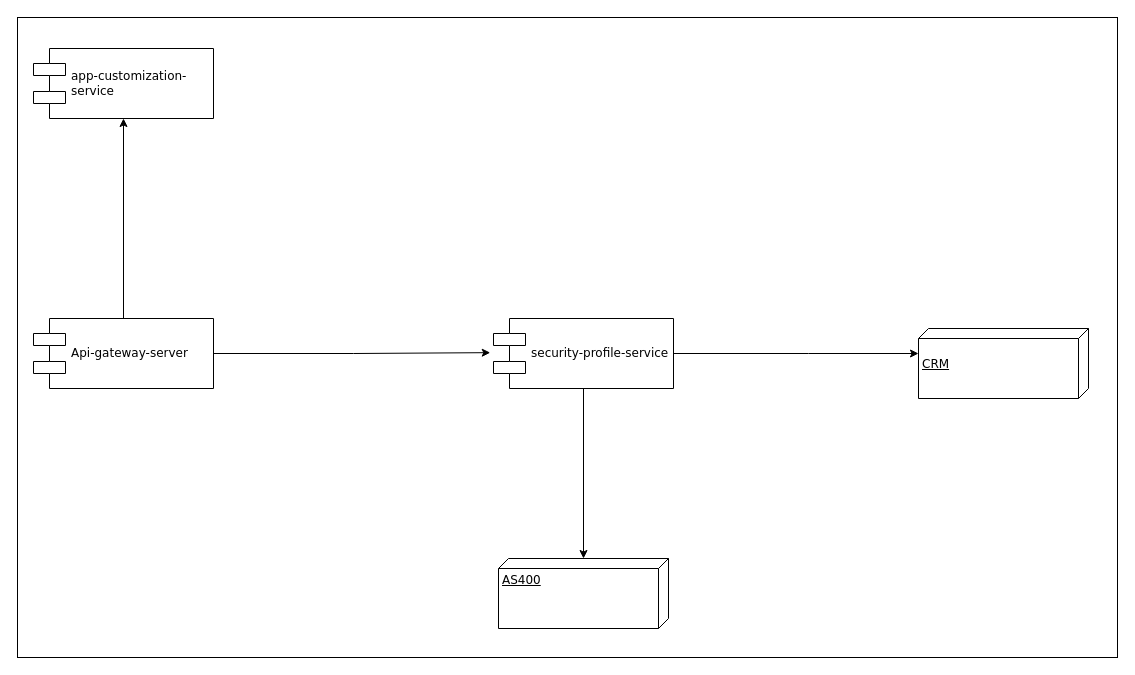
The draw.io diagram Untitled Diagram.drawio in StevenGpByte/ActualizacionDatos, before the edit. Source tidied: cells renumbered, new cells numbered last; positions are measured from the earlier drawing's top-left corner, leaving out a move shared by most shapes. Both pictures are drawn from the tidied source at 100%, with x=0, y=0 at pixel (17, 17).
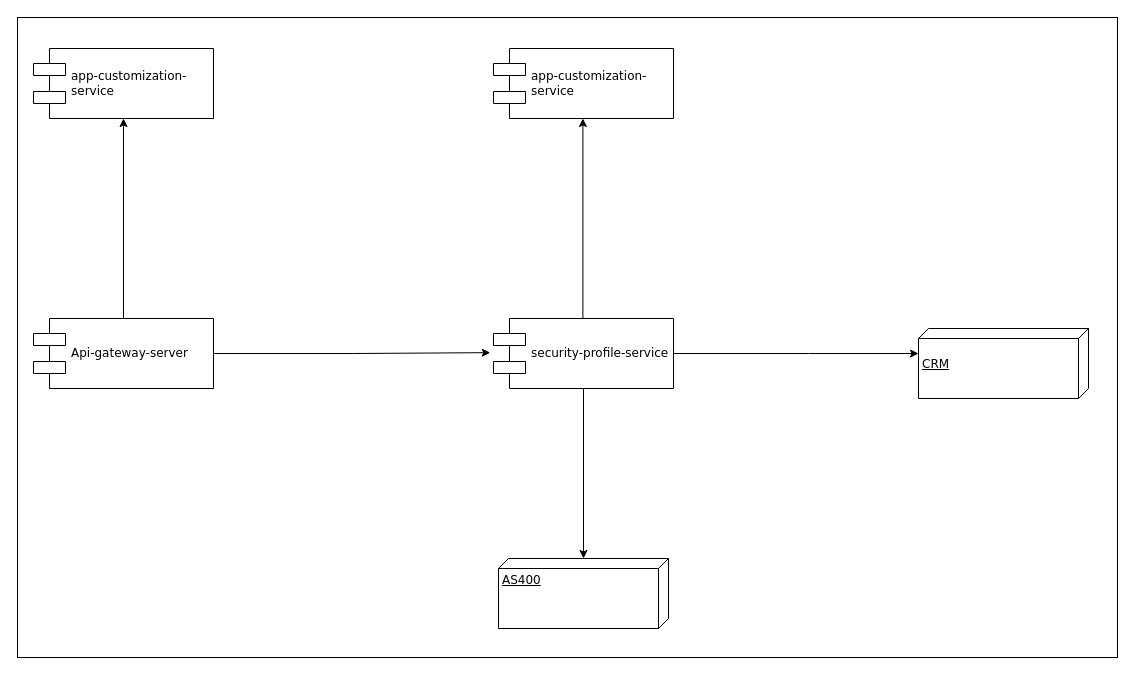
Above is the later version.

Diff of the diagram source:
```diff
@@
 <mxGraphModel>
   <root>
     <mxCell id="0" />
     <mxCell id="1" parent="0" />
     <mxCell id="2" style="rounded=0;whiteSpace=wrap;html=1;" parent="1" vertex="1">
       <mxGeometry width="1100" height="640" as="geometry" />
     </mxCell>
     <mxCell id="3" style="edgeStyle=orthogonalEdgeStyle;rounded=0;jettySize=auto;html=1;" parent="1" edge="1" source="4" target="10">
       <mxGeometry relative="1" as="geometry" />
     </mxCell>
     <mxCell id="4" value="Api-gateway-server" style="shape=component;align=left;spacingLeft=36;rounded=0;shadow=0;comic=0;labelBackgroundColor=none;strokeWidth=1;fontFamily=Verdana;fontSize=12;html=1;" parent="1" vertex="1">
       <mxGeometry x="16" y="301" width="180" height="70" as="geometry" />
     </mxCell>
     <mxCell id="5" style="edgeStyle=orthogonalEdgeStyle;rounded=0;jettySize=auto;html=1;" parent="1" edge="1" source="7" target="11">
       <mxGeometry relative="1" as="geometry">
         <Array as="points">
           <mxPoint x="791" y="336" />
           <mxPoint x="791" y="336" />
         </Array>
       </mxGeometry>
     </mxCell>
     <mxCell id="6" style="edgeStyle=orthogonalEdgeStyle;rounded=0;jettySize=auto;html=1;" parent="1" edge="1" source="7" target="9">
       <mxGeometry relative="1" as="geometry" />
     </mxCell>
     <mxCell id="7" value="security-profile-service" style="shape=component;align=left;spacingLeft=36;rounded=0;shadow=0;comic=0;labelBackgroundColor=none;strokeWidth=1;fontFamily=Verdana;fontSize=12;html=1;" parent="1" vertex="1">
       <mxGeometry x="476" y="301" width="180" height="70" as="geometry" />
     </mxCell>
     <mxCell id="8" style="edgeStyle=orthogonalEdgeStyle;rounded=0;jettySize=auto;html=1;entryX=-0.018;entryY=0.488;entryDx=0;entryDy=0;entryPerimeter=0;" parent="1" edge="1" source="4" target="7">
       <mxGeometry relative="1" as="geometry" />
     </mxCell>
     <mxCell id="9" value="AS400" style="verticalAlign=top;align=left;spacingTop=8;spacingLeft=2;spacingRight=12;shape=cube;size=10;direction=south;fontStyle=4;html=1;rounded=0;shadow=0;comic=0;labelBackgroundColor=none;strokeWidth=1;fontFamily=Verdana;fontSize=12;" parent="1" vertex="1">
       <mxGeometry x="481" y="541" width="170" height="70" as="geometry" />
     </mxCell>
     <mxCell id="10" value="app-customization-&lt;br&gt;service" style="shape=component;align=left;spacingLeft=36;rounded=0;shadow=0;comic=0;labelBackgroundColor=none;strokeWidth=1;fontFamily=Verdana;fontSize=12;html=1;" parent="1" vertex="1">
       <mxGeometry x="16" y="31" width="180" height="70" as="geometry" />
     </mxCell>
     <mxCell id="11" value="&lt;br&gt;CRM" style="verticalAlign=top;align=left;spacingTop=8;spacingLeft=2;spacingRight=12;shape=cube;size=10;direction=south;fontStyle=4;html=1;rounded=0;shadow=0;comic=0;labelBackgroundColor=none;strokeWidth=1;fontFamily=Verdana;fontSize=12;" parent="1" vertex="1">
       <mxGeometry x="901" y="311" width="170" height="70" as="geometry" />
     </mxCell>
+    <mxCell id="12" value="app-customization-&lt;br&gt;service" style="shape=component;align=left;spacingLeft=36;rounded=0;shadow=0;comic=0;labelBackgroundColor=none;strokeWidth=1;fontFamily=Verdana;fontSize=12;html=1;" parent="1" vertex="1">
+      <mxGeometry x="476" y="31" width="180" height="70" as="geometry" />
+    </mxCell>
+    <mxCell id="13" style="edgeStyle=orthogonalEdgeStyle;rounded=0;orthogonalLoop=1;jettySize=auto;html=1;" parent="1" edge="1">
+      <mxGeometry relative="1" as="geometry">
+        <mxPoint x="565.4" y="301" as="sourcePoint" />
+        <mxPoint x="565.4" y="101" as="targetPoint" />
+      </mxGeometry>
+    </mxCell>
   </root>
 </mxGraphModel>
```
